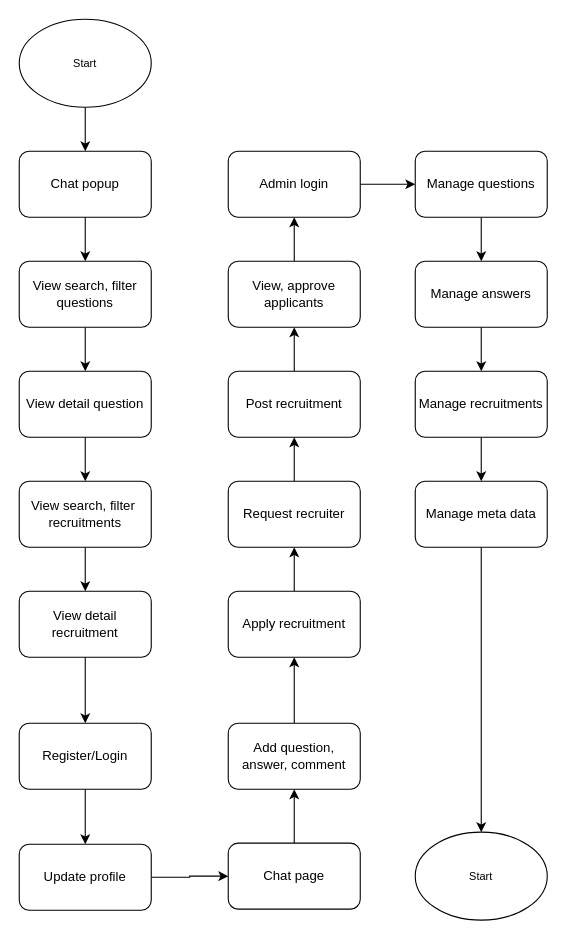
This is Demo.drawio from GuysKapen/ForumWeb, a draw.io file, before an edit. Source tidied: cells renumbered, new cells numbered last; positions are measured from the earlier drawing's top-left corner, leaving out a move shared by most shapes. Both pictures are drawn from the tidied source at 110%, with x=0, y=0 at pixel (19, 19).
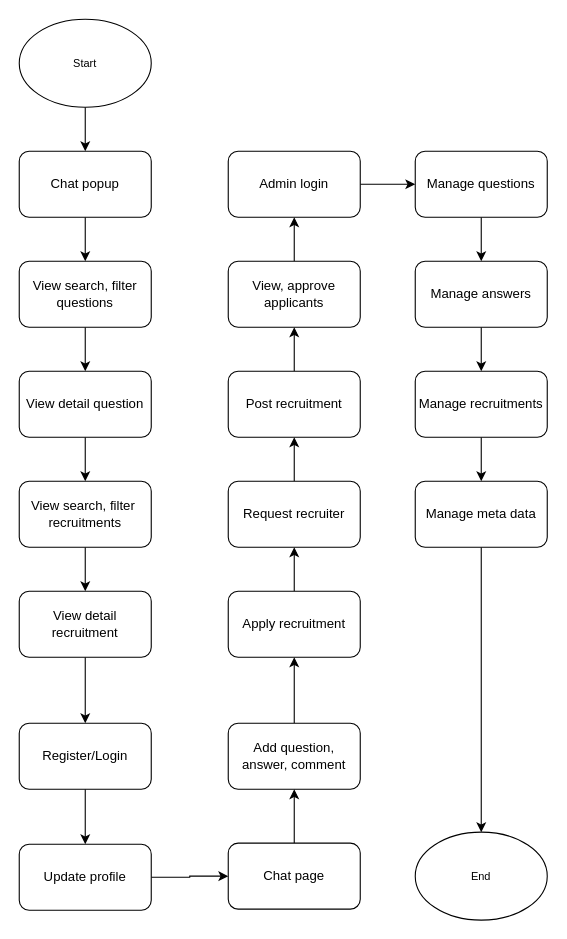
The same page after the edit.

The edit, as a diff of the source:
```diff
@@
-    <mxCell id="40" value="&lt;font size=&quot;1&quot;&gt;Start&lt;/font&gt;" style="ellipse;whiteSpace=wrap;html=1;" parent="1" vertex="1">
+    <mxCell id="40" value="&lt;font size=&quot;1&quot;&gt;End&lt;/font&gt;" style="ellipse;whiteSpace=wrap;html=1;" parent="1" vertex="1">
       <mxGeometry x="360" y="739" width="120" height="80" as="geometry" />
     </mxCell>
```
